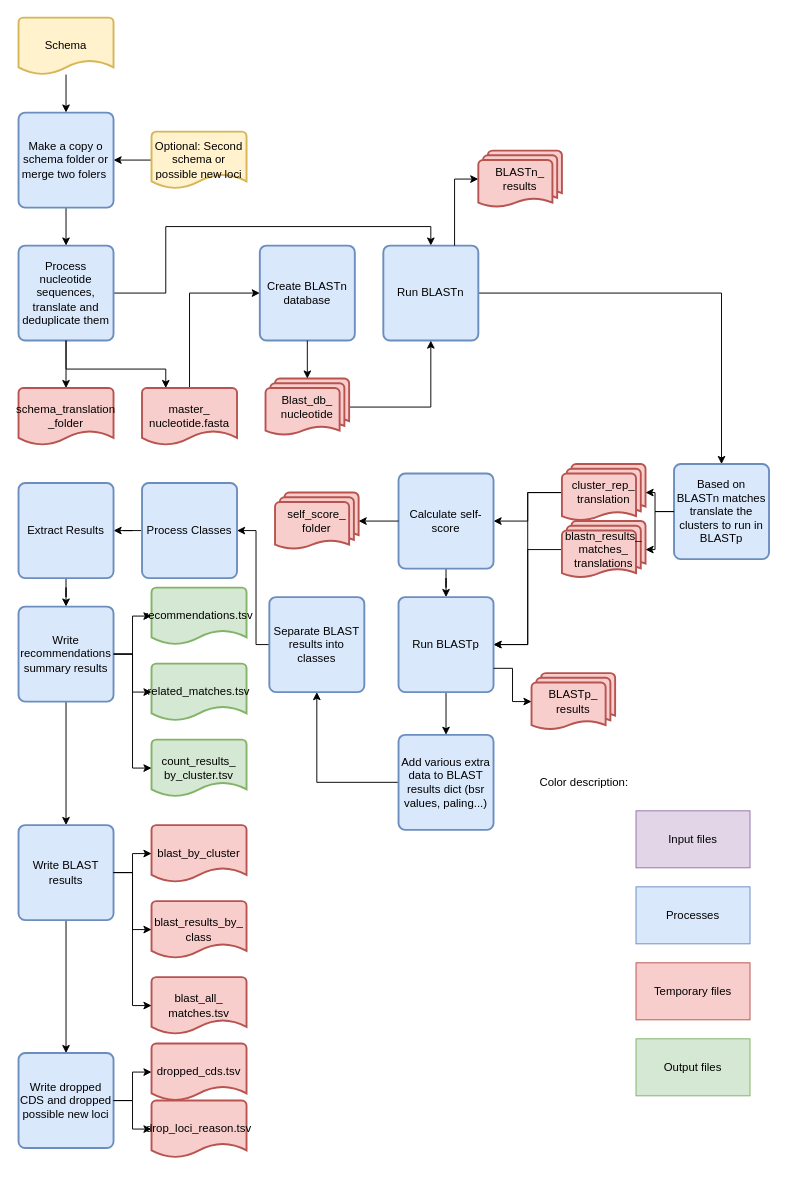
B-UMMI/Schema_Refinery keeps this draw.io diagram as SchemaRefinery/docs/SchemaRefinery/Modules/source/IdentifySpuriousGenes_schema.drawio. Above is the earlier version. Source tidied: cells renumbered, new cells numbered last; positions are measured from the earlier drawing's top-left corner, leaving out a move shared by most shapes. Both pictures are drawn from the tidied source at 95%, with x=0, y=0 at pixel (18, 17).
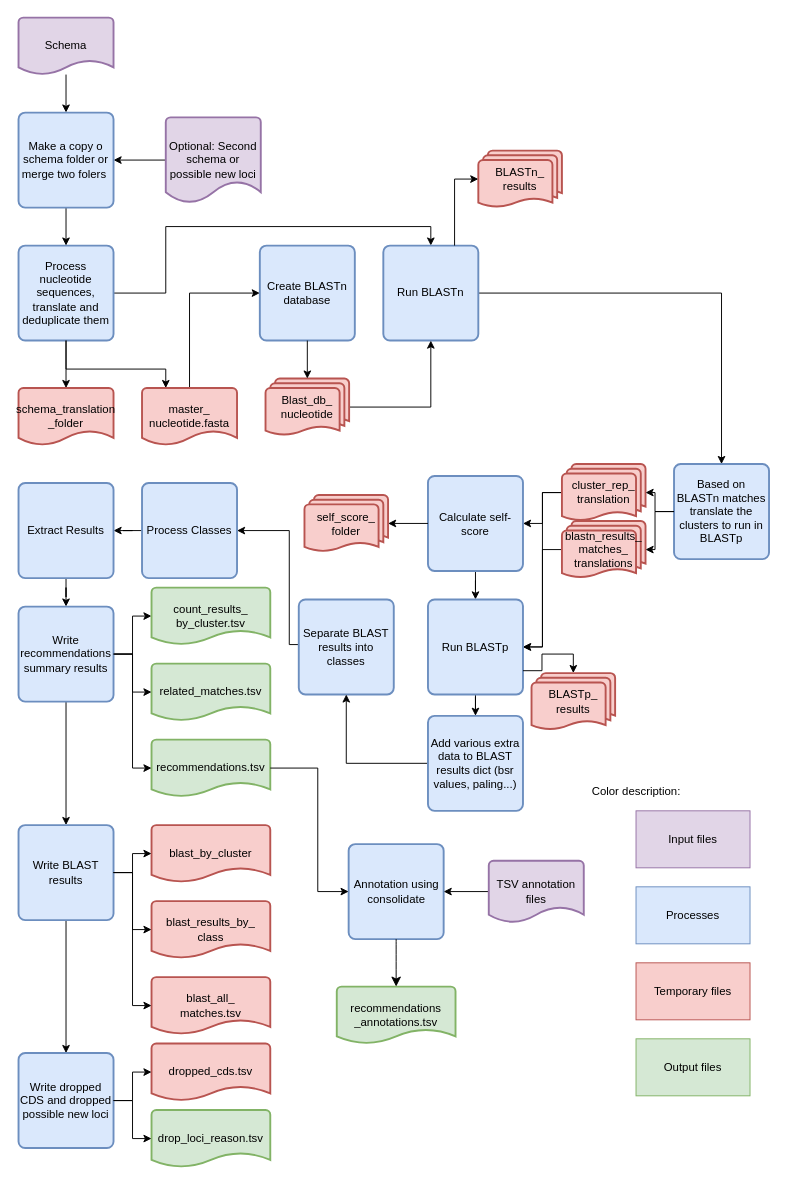
The same page after the edit.

The change refers to these unchanged cells:
```xml
<mxCell id="33" value="BLASTp_&lt;div&gt;results&lt;/div&gt;" style="strokeWidth=2;html=1;shape=mxgraph.flowchart.multi-document;whiteSpace=wrap;fillColor=#f8cecc;strokeColor=#b85450;" parent="1" vertex="1">
  <mxGeometry x="540" y="690" width="88" height="60" as="geometry" />
</mxCell>
<mxCell id="37" value="Process Classes" style="rounded=1;whiteSpace=wrap;html=1;absoluteArcSize=1;arcSize=14;strokeWidth=2;fillColor=#dae8fc;strokeColor=#6c8ebf;" parent="1" vertex="1">
  <mxGeometry x="130" y="490" width="100" height="100" as="geometry" />
</mxCell>
```

The edit, as a diff of the source:
```diff
@@
-    <mxCell id="5" value="Schema" style="strokeWidth=2;html=1;shape=mxgraph.flowchart.document2;whiteSpace=wrap;size=0.25;fillColor=#fff2cc;strokeColor=#d6b656;" parent="1" vertex="1">
+    <mxCell id="5" value="Schema" style="strokeWidth=2;html=1;shape=mxgraph.flowchart.document2;whiteSpace=wrap;size=0.25;fillColor=#E1D5E7;strokeColor=#9673A6;" parent="1" vertex="1">
       <mxGeometry width="100" height="60" as="geometry" />
     </mxCell>
@@
     <mxCell id="26" value="Calculate self-score" style="rounded=1;whiteSpace=wrap;html=1;absoluteArcSize=1;arcSize=14;strokeWidth=2;fillColor=#dae8fc;strokeColor=#6c8ebf;" parent="1" vertex="1">
-      <mxGeometry x="400" y="480" width="100" height="100" as="geometry" />
+      <mxGeometry x="431" y="482.5" width="100" height="100" as="geometry" />
     </mxCell>
@@
     <mxCell id="30" value="Run BLASTp" style="rounded=1;whiteSpace=wrap;html=1;absoluteArcSize=1;arcSize=14;strokeWidth=2;fillColor=#dae8fc;strokeColor=#6c8ebf;" parent="1" vertex="1">
-      <mxGeometry x="400" y="610" width="100" height="100" as="geometry" />
+      <mxGeometry x="431" y="612.5" width="100" height="100" as="geometry" />
     </mxCell>
     <mxCell id="31" value="self_score_&lt;div&gt;folder&lt;/div&gt;" style="strokeWidth=2;html=1;shape=mxgraph.flowchart.multi-document;whiteSpace=wrap;fillColor=#f8cecc;strokeColor=#b85450;" parent="1" vertex="1">
-      <mxGeometry x="270" y="500" width="88" height="60" as="geometry" />
+      <mxGeometry x="301" y="502.5" width="88" height="60" as="geometry" />
     </mxCell>
@@
     <mxCell id="34" style="edgeStyle=orthogonalEdgeStyle;rounded=0;jettySize=auto;html=1;entryX=1;entryY=0.5;entryDx=0;entryDy=0;" parent="1" edge="1" source="35" target="37">
       <mxGeometry relative="1" as="geometry">
         <Array as="points">
-          <mxPoint x="250" y="660" />
-          <mxPoint x="250" y="540" />
+          <mxPoint x="285" y="660" />
+          <mxPoint x="285" y="540" />
         </Array>
       </mxGeometry>
     </mxCell>
     <mxCell id="35" value="Separate BLAST results into classes" style="rounded=1;whiteSpace=wrap;html=1;absoluteArcSize=1;arcSize=14;strokeWidth=2;fillColor=#dae8fc;strokeColor=#6c8ebf;" parent="1" vertex="1">
-      <mxGeometry x="264" y="610" width="100" height="100" as="geometry" />
+      <mxGeometry x="295" y="612.5" width="100" height="100" as="geometry" />
     </mxCell>
@@
-    <mxCell id="43" value="recommendations.tsv" style="strokeWidth=2;html=1;shape=mxgraph.flowchart.document2;whiteSpace=wrap;size=0.25;fillColor=#d5e8d4;strokeColor=#82b366;" parent="1" vertex="1">
-      <mxGeometry x="140" y="600" width="100" height="60" as="geometry" />
+    <mxCell id="43" value="count_results_&lt;div&gt;by_cluster.tsv&lt;/div&gt;" style="strokeWidth=2;html=1;shape=mxgraph.flowchart.document2;whiteSpace=wrap;size=0.25;fillColor=#d5e8d4;strokeColor=#82b366;" parent="1" vertex="1">
+      <mxGeometry x="140" y="600" width="125" height="60" as="geometry" />
     </mxCell>
     <mxCell id="44" value="related_matches.tsv" style="strokeWidth=2;html=1;shape=mxgraph.flowchart.document2;whiteSpace=wrap;size=0.25;fillColor=#d5e8d4;strokeColor=#82b366;" parent="1" vertex="1">
-      <mxGeometry x="140" y="680" width="100" height="60" as="geometry" />
+      <mxGeometry x="140" y="680" width="125" height="60" as="geometry" />
     </mxCell>
@@
-    <mxCell id="46" value="count_results_&lt;div&gt;by_cluster.tsv&lt;/div&gt;" style="strokeWidth=2;html=1;shape=mxgraph.flowchart.document2;whiteSpace=wrap;size=0.25;fillColor=#d5e8d4;strokeColor=#82b366;" parent="1" vertex="1">
-      <mxGeometry x="140" y="760" width="100" height="60" as="geometry" />
+    <mxCell id="46" value="&lt;div&gt;&lt;span style=&quot;background-color: transparent; color: light-dark(rgb(0, 0, 0), rgb(255, 255, 255));&quot;&gt;recommendations.tsv&lt;/span&gt;&lt;/div&gt;" style="strokeWidth=2;html=1;shape=mxgraph.flowchart.document2;whiteSpace=wrap;size=0.25;fillColor=#d5e8d4;strokeColor=#82b366;" parent="1" vertex="1">
+      <mxGeometry x="140" y="760" width="125" height="60" as="geometry" />
     </mxCell>
@@
     <mxCell id="50" value="blast_by_cluster" style="strokeWidth=2;html=1;shape=mxgraph.flowchart.document2;whiteSpace=wrap;size=0.25;fillColor=#f8cecc;strokeColor=#b85450;" parent="1" vertex="1">
-      <mxGeometry x="140" y="850" width="100" height="60" as="geometry" />
+      <mxGeometry x="140" y="850" width="125" height="60" as="geometry" />
     </mxCell>
     <mxCell id="51" value="blast_results_by_&lt;div&gt;class&lt;/div&gt;" style="strokeWidth=2;html=1;shape=mxgraph.flowchart.document2;whiteSpace=wrap;size=0.25;fillColor=#f8cecc;strokeColor=#b85450;" parent="1" vertex="1">
-      <mxGeometry x="140" y="930" width="100" height="60" as="geometry" />
+      <mxGeometry x="140" y="930" width="125" height="60" as="geometry" />
     </mxCell>
     <mxCell id="52" value="blast_all_&lt;div&gt;matches.tsv&lt;/div&gt;" style="strokeWidth=2;html=1;shape=mxgraph.flowchart.document2;whiteSpace=wrap;size=0.25;fillColor=#f8cecc;strokeColor=#b85450;" parent="1" vertex="1">
-      <mxGeometry x="140" y="1010" width="100" height="60" as="geometry" />
+      <mxGeometry x="140" y="1010" width="125" height="60" as="geometry" />
     </mxCell>
@@
     <mxCell id="57" value="dropped_cds.tsv" style="strokeWidth=2;html=1;shape=mxgraph.flowchart.document2;whiteSpace=wrap;size=0.25;fillColor=#f8cecc;strokeColor=#b85450;" parent="1" vertex="1">
-      <mxGeometry x="140" y="1080" width="100" height="60" as="geometry" />
+      <mxGeometry x="140" y="1080" width="125" height="60" as="geometry" />
     </mxCell>
@@
-    <mxCell id="59" value="drop_loci_reason.tsv" style="strokeWidth=2;html=1;shape=mxgraph.flowchart.document2;whiteSpace=wrap;size=0.25;fillColor=#f8cecc;strokeColor=#b85450;" parent="1" vertex="1">
-      <mxGeometry x="140" y="1140" width="100" height="60" as="geometry" />
+    <mxCell id="59" value="drop_loci_reason.tsv" style="strokeWidth=2;html=1;shape=mxgraph.flowchart.document2;whiteSpace=wrap;size=0.25;fillColor=#d5e8d4;strokeColor=#82b366;" parent="1" vertex="1">
+      <mxGeometry x="140" y="1150" width="125" height="60" as="geometry" />
     </mxCell>
@@
     <mxCell id="65" value="Color description:" style="text;html=1;align=center;verticalAlign=middle;strokeColor=none;fillColor=none;" parent="1" vertex="1">
-      <mxGeometry x="540" y="790" width="110" height="30" as="geometry" />
+      <mxGeometry x="595" y="800" width="110" height="30" as="geometry" />
     </mxCell>
@@
-    <mxCell id="67" value="Optional: Second schema or possible new loci" style="strokeWidth=2;html=1;shape=mxgraph.flowchart.document2;whiteSpace=wrap;size=0.25;fillColor=#fff2cc;strokeColor=#d6b656;" parent="1" vertex="1">
-      <mxGeometry x="140" y="120" width="100" height="60" as="geometry" />
+    <mxCell id="67" value="Optional: Second schema or possible new loci" style="strokeWidth=2;html=1;shape=mxgraph.flowchart.document2;whiteSpace=wrap;size=0.25;fillColor=#E1D5E7;strokeColor=#9673A6;" parent="1" vertex="1">
+      <mxGeometry x="155" y="105" width="100" height="90" as="geometry" />
     </mxCell>
@@
-    <mxCell id="70" style="edgeStyle=orthogonalEdgeStyle;rounded=0;jettySize=auto;html=1;exitX=1;exitY=0.75;exitDx=0;exitDy=0;entryX=0;entryY=0.5;entryDx=0;entryDy=0;entryPerimeter=0;" parent="1" edge="1" source="30" target="33">
+    <mxCell id="70" style="edgeStyle=orthogonalEdgeStyle;rounded=0;jettySize=auto;html=1;exitX=1;exitY=0.75;exitDx=0;exitDy=0;entryX=0.5;entryY=0;entryDx=0;entryDy=0;entryPerimeter=0;" parent="1" edge="1" source="30" target="33">
       <mxGeometry relative="1" as="geometry" />
     </mxCell>
@@
     <mxCell id="72" value="Add various extra data to BLAST results dict (bsr values, paling...)" style="rounded=1;whiteSpace=wrap;html=1;absoluteArcSize=1;arcSize=14;strokeWidth=2;fillColor=#dae8fc;strokeColor=#6c8ebf;" parent="1" vertex="1">
-      <mxGeometry x="400" y="755" width="100" height="100" as="geometry" />
+      <mxGeometry x="431" y="735" width="100" height="100" as="geometry" />
     </mxCell>
+    <mxCell id="73" value="Annotation using consolidate" style="rounded=1;whiteSpace=wrap;html=1;absoluteArcSize=1;arcSize=14;strokeWidth=2;fillColor=#dae8fc;strokeColor=#6c8ebf;" parent="1" vertex="1">
+      <mxGeometry x="347.5" y="870" width="100" height="100" as="geometry" />
+    </mxCell>
+    <mxCell id="74" style="edgeStyle=orthogonalEdgeStyle;rounded=0;jettySize=auto;html=1;entryX=0;entryY=0.5;entryDx=0;entryDy=0;exitX=1;exitY=0.5;exitDx=0;exitDy=0;exitPerimeter=0;" parent="1" edge="1" source="46" target="73">
+      <mxGeometry relative="1" as="geometry">
+        <Array as="points">
+          <mxPoint x="315" y="790" />
+          <mxPoint x="315" y="920" />
+        </Array>
+      </mxGeometry>
+    </mxCell>
+    <mxCell id="75" value="&lt;div&gt;&lt;span style=&quot;background-color: transparent; color: light-dark(rgb(0, 0, 0), rgb(255, 255, 255));&quot;&gt;recommendations&lt;/span&gt;&lt;/div&gt;&lt;div&gt;&lt;span style=&quot;background-color: transparent; color: light-dark(rgb(0, 0, 0), rgb(255, 255, 255));&quot;&gt;_annotations.tsv&lt;/span&gt;&lt;/div&gt;" style="strokeWidth=2;html=1;shape=mxgraph.flowchart.document2;whiteSpace=wrap;size=0.25;fillColor=#d5e8d4;strokeColor=#82b366;" parent="1" vertex="1">
+      <mxGeometry x="335" y="1020" width="125" height="60" as="geometry" />
+    </mxCell>
+    <mxCell id="76" style="edgeStyle=none;curved=1;rounded=0;jettySize=auto;html=1;exitX=0.5;exitY=1;exitDx=0;exitDy=0;entryX=0.5;entryY=0;entryDx=0;entryDy=0;entryPerimeter=0;fontSize=12;startSize=8;endSize=8;" parent="1" edge="1" source="73" target="75">
+      <mxGeometry relative="1" as="geometry" />
+    </mxCell>
+    <mxCell id="77" style="edgeStyle=orthogonalEdgeStyle;rounded=0;jettySize=auto;html=1;entryX=1;entryY=0.5;entryDx=0;entryDy=0;" parent="1" edge="1" source="78" target="73">
+      <mxGeometry relative="1" as="geometry" />
+    </mxCell>
+    <mxCell id="78" value="TSV annotation files" style="strokeWidth=2;html=1;shape=mxgraph.flowchart.document2;whiteSpace=wrap;size=0.25;fillColor=#E1D5E7;strokeColor=#9673A6;" parent="1" vertex="1">
+      <mxGeometry x="495" y="887.5" width="100" height="65" as="geometry" />
+    </mxCell>
```
